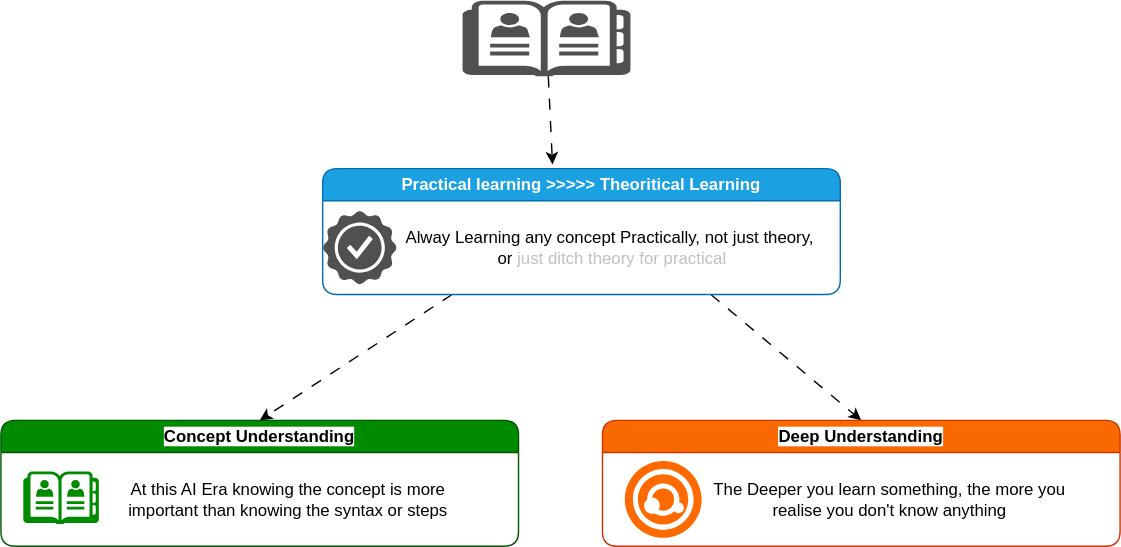
Earlier version of the draw.io export assets/concept.svg (knkrn5/Programming-Concepts). Source tidied: cells renumbered, new cells last; positions are measured from the earlier drawing's top-left corner, leaving out a move shared by most shapes.
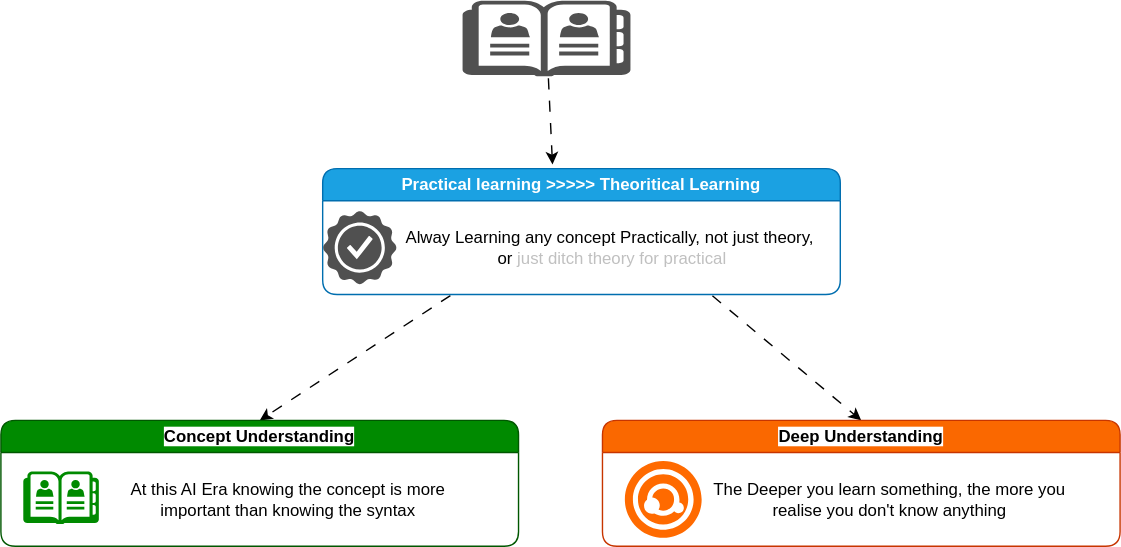
The same diagram one commit later.

The edit, as a diff of the source:
```diff
@@ -32,7 +32,7 @@
     <mxCell id="11" value="&lt;font style=&quot;color: light-dark(rgb(0, 0, 0), rgb(255, 255, 255));&quot;&gt;&lt;span style=&quot;text-wrap-mode: nowrap; background-color: light-dark(#ffffff, var(--ge-dark-color, #121212));&quot;&gt;Concept Understanding&lt;/span&gt;&lt;/font&gt;" style="swimlane;whiteSpace=wrap;html=1;rounded=1;fillColor=#008a00;fontColor=#ffffff;strokeColor=#005700;" parent="1" vertex="1">
       <mxGeometry y="300" width="370" height="90" as="geometry" />
     </mxCell>
-    <mxCell id="12" value="At this AI Era knowing the concept is more&lt;div&gt;&lt;font style=&quot;color: light-dark(rgb(0, 0, 0), rgb(255, 255, 255));&quot;&gt;important than knowing the syntax or steps&lt;/font&gt;&lt;/div&gt;" style="text;html=1;align=center;verticalAlign=middle;strokeColor=none;fillColor=none;" parent="11" vertex="1">
+    <mxCell id="12" value="At this AI Era knowing the concept is more&lt;div&gt;&lt;font style=&quot;color: light-dark(rgb(0, 0, 0), rgb(255, 255, 255));&quot;&gt;important than knowing the syntax&lt;/font&gt;&lt;/div&gt;" style="text;html=1;align=center;verticalAlign=middle;strokeColor=none;fillColor=none;" parent="11" vertex="1">
       <mxGeometry x="80" y="36.5" width="250" height="40" as="geometry" />
     </mxCell>
     <mxCell id="13" style="sketch=0;shadow=0;dashed=0;html=1;strokeColor=none;fillColor=#008a00;labelPosition=center;verticalLabelPosition=bottom;verticalAlign=top;align=center;shape=mxgraph.office.concepts.address_book;" parent="11" vertex="1">
```
